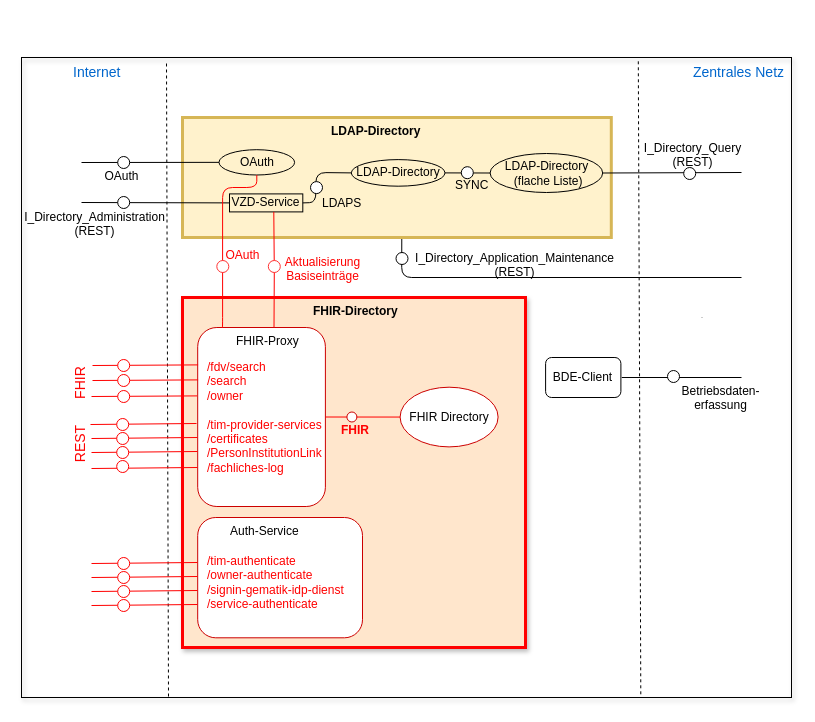
Earlier version of the draw.io diagram src/Visio/FHIR-Systemüberblick.drawio (gematik/api-vzd). Source tidied: cells renumbered, new cells numbered last; positions are measured from the earlier drawing's top-left corner, leaving out a move shared by most shapes. Both pictures are drawn from the tidied source at 100%, with x=0, y=0 at pixel (21, 17).
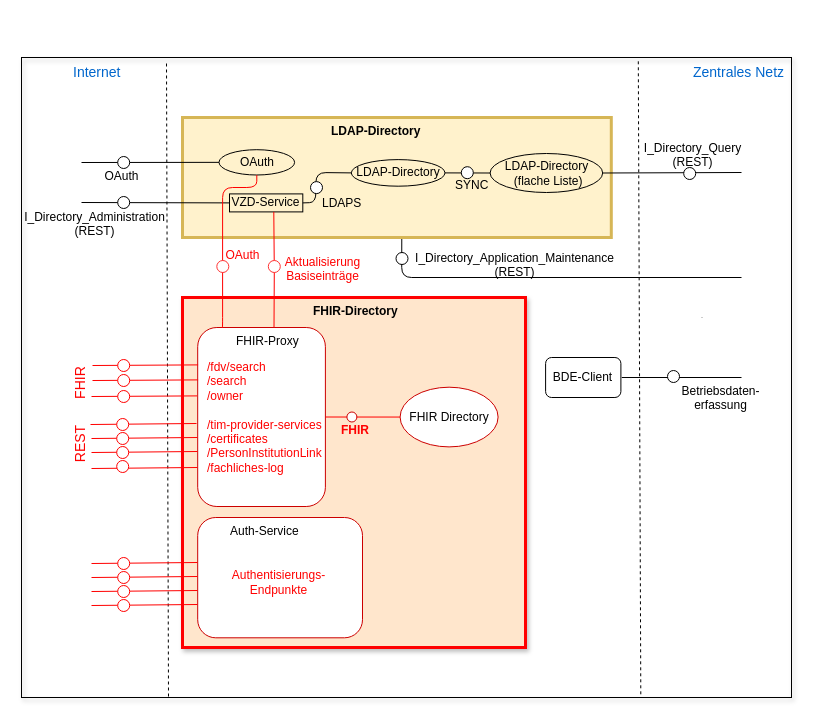
After the change.

The change refers to these unchanged cells:
```xml
<mxCell id="32" style="rounded=0;whiteSpace=wrap;html=1;strokeColor=#FF0000;fillColor=#ffe6cc;shadow=1;strokeWidth=3;" parent="1" vertex="1">
  <mxGeometry x="161" y="280" width="343" height="350" as="geometry" />
</mxCell>
```

What changed in the source:
```diff
@@
-    <mxCell id="42" value="&lt;span style=&quot;font-size: 12px;&quot;&gt;&lt;font style=&quot;color: rgb(255, 0, 0);&quot;&gt;/tim-authenticate&lt;/font&gt;&lt;/span&gt;&lt;div&gt;&lt;span style=&quot;color: light-dark(rgb(255, 0, 0), rgb(255, 144, 144)); font-size: 12px; background-color: transparent;&quot;&gt;/owner-authenticate&lt;/span&gt;&lt;/div&gt;&lt;div&gt;&lt;span style=&quot;color: light-dark(rgb(255, 0, 0), rgb(255, 144, 144)); font-size: 12px; background-color: transparent;&quot;&gt;/signin-gematik-idp-dienst&lt;/span&gt;&lt;/div&gt;&lt;div&gt;&lt;span style=&quot;color: light-dark(rgb(255, 0, 0), rgb(255, 144, 144)); font-size: 12px; background-color: transparent;&quot;&gt;/service-authenticate&lt;/span&gt;&lt;/div&gt;" style="text;html=1;align=left;verticalAlign=top;fontSize=10;" parent="32" vertex="1">
+    <mxCell id="42" value="&lt;div&gt;&lt;font color=&quot;#ff0000&quot;&gt;&lt;span style=&quot;font-size: 12px;&quot;&gt;&lt;br&gt;&lt;/span&gt;&lt;/font&gt;&lt;/div&gt;&lt;font color=&quot;#ff0000&quot;&gt;&lt;span style=&quot;font-size: 12px;&quot;&gt;Authentisierungs-&lt;/span&gt;&lt;/font&gt;&lt;div&gt;&lt;font color=&quot;#ff0000&quot;&gt;&lt;span style=&quot;font-size: 12px;&quot;&gt;Endpunkte&lt;/span&gt;&lt;/font&gt;&lt;/div&gt;" style="text;html=1;align=center;verticalAlign=top;fontSize=10;" parent="32" vertex="1">
       <mxGeometry x="22.9" y="250" width="147.1" height="70" as="geometry" />
     </mxCell>
```
